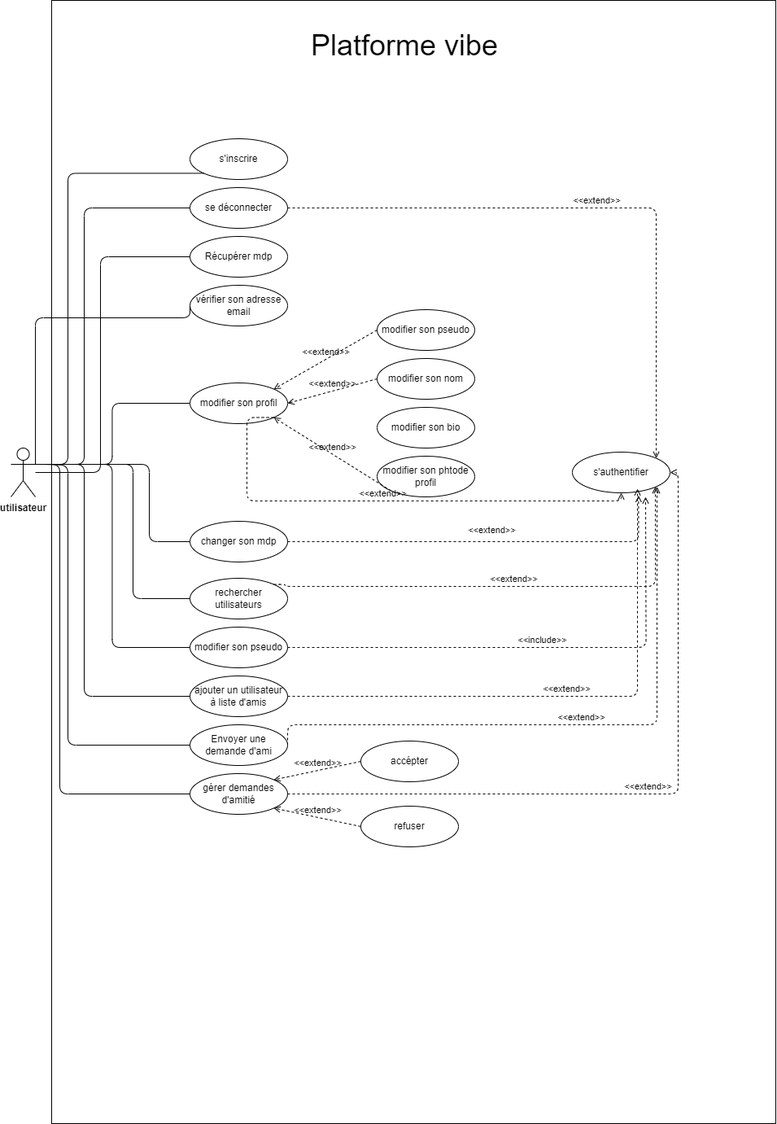
Above: vibes/diagrammes/usecase.drawio.png in HananeOubaha/Plateforme-Vibe (draw.io), before the change. Source tidied: cells renumbered, new cells last; positions are measured from the earlier drawing's top-left corner, leaving out a move shared by most shapes.
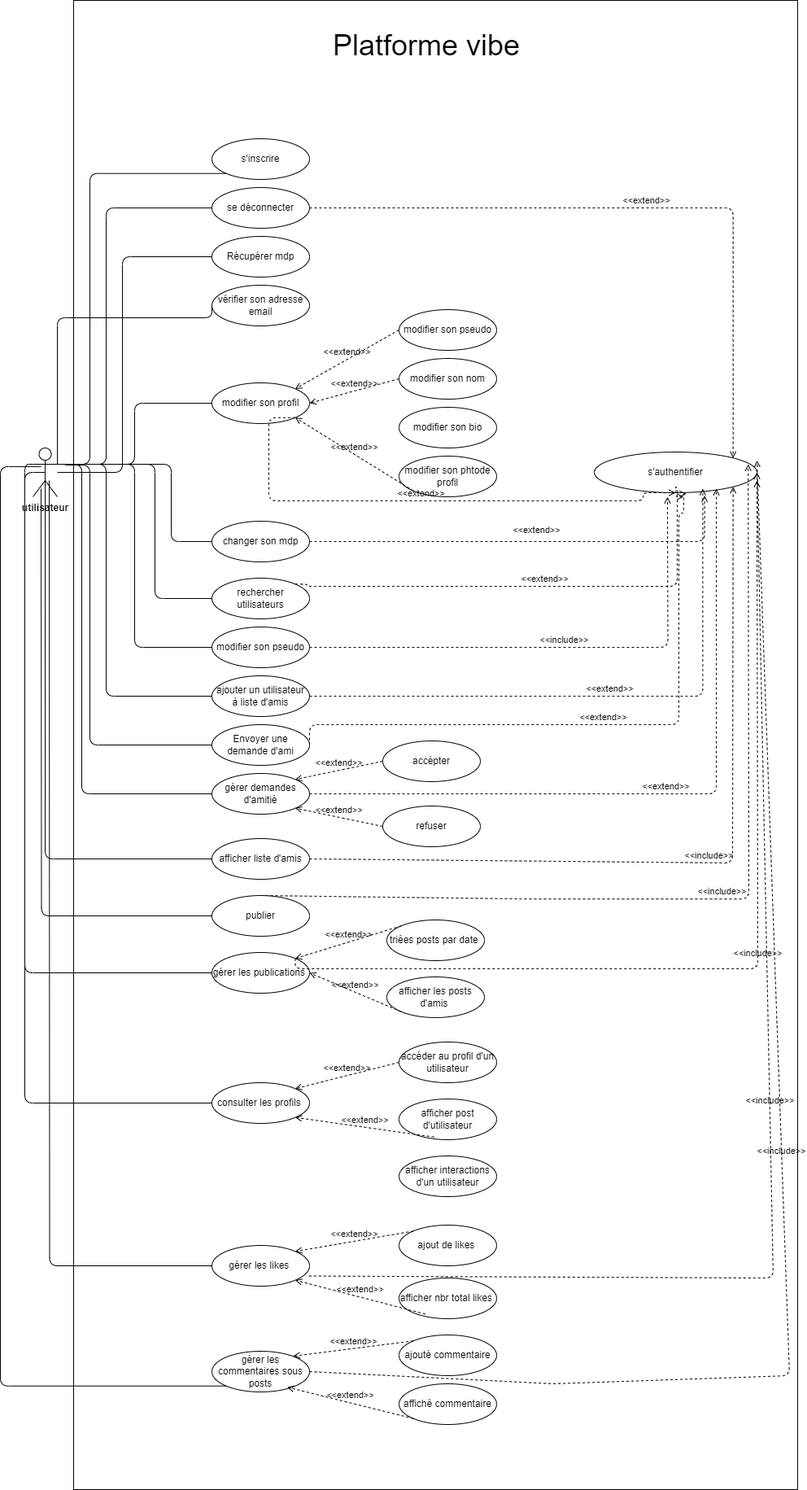
Later version of the same file.

Commit message:
j'ai ajouter nouveau table friendship a mon database avec le traitement d'ajout dune demande amitier

Change to the diagram source:
```diff
@@ -3,7 +3,7 @@
     <mxCell id="0" />
     <mxCell id="1" parent="0" />
     <mxCell id="2" style="rounded=0;whiteSpace=wrap;html=1;fontStyle=1;" parent="1" vertex="1">
-      <mxGeometry x="50" width="890" height="1380" as="geometry" />
+      <mxGeometry x="50" width="890" height="1830" as="geometry" />
     </mxCell>
     <mxCell id="3" value="utilisateur" style="shape=umlActor;verticalLabelPosition=bottom;verticalAlign=top;html=1;outlineConnect=0;fontStyle=1;" parent="1" vertex="1">
       <mxGeometry y="550" width="30" height="60" as="geometry" />
@@ -153,7 +153,7 @@
       <mxGeometry relative="1" as="geometry" />
     </mxCell>
     <mxCell id="38" value="s'authentifier" style="ellipse;whiteSpace=wrap;html=1;" parent="1" vertex="1">
-      <mxGeometry x="690" y="555" width="120" height="50" as="geometry" />
+      <mxGeometry x="690" y="555" width="200" height="50" as="geometry" />
     </mxCell>
     <mxCell id="39" value="&amp;lt;&amp;lt;extend&amp;gt;&amp;gt;" style="html=1;verticalAlign=bottom;labelBackgroundColor=none;endArrow=open;endFill=0;dashed=1;exitX=1;exitY=0.5;exitDx=0;exitDy=0;entryX=1;entryY=0;entryDx=0;entryDy=0;edgeStyle=orthogonalEdgeStyle;" parent="1" edge="1" source="6" target="38">
       <mxGeometry relative="1" as="geometry" />
@@ -172,12 +172,15 @@
         <mxPoint x="1" as="offset" />
       </mxGeometry>
     </mxCell>
-    <mxCell id="42" value="&amp;lt;&amp;lt;extend&amp;gt;&amp;gt;" style="html=1;verticalAlign=bottom;labelBackgroundColor=none;endArrow=open;endFill=0;dashed=1;exitX=1;exitY=0;exitDx=0;exitDy=0;entryX=1;entryY=1;entryDx=0;entryDy=0;edgeStyle=orthogonalEdgeStyle;" parent="1" edge="1" source="15" target="38">
+    <mxCell id="42" value="&amp;lt;&amp;lt;extend&amp;gt;&amp;gt;" style="html=1;verticalAlign=bottom;labelBackgroundColor=none;endArrow=open;endFill=0;dashed=1;exitX=1;exitY=0;exitDx=0;exitDy=0;edgeStyle=orthogonalEdgeStyle;" parent="1" edge="1" source="15">
       <mxGeometry relative="1" as="geometry">
+        <mxPoint x="800" y="610" as="targetPoint" />
         <Array as="points">
           <mxPoint x="337" y="717" />
           <mxPoint x="337" y="720" />
           <mxPoint x="792" y="720" />
+          <mxPoint x="792" y="598" />
+          <mxPoint x="790" y="598" />
         </Array>
       </mxGeometry>
     </mxCell>
@@ -189,16 +192,170 @@
     <mxCell id="44" value="&amp;lt;&amp;lt;extend&amp;gt;&amp;gt;" style="html=1;verticalAlign=bottom;labelBackgroundColor=none;endArrow=open;endFill=0;dashed=1;exitX=1;exitY=0.5;exitDx=0;exitDy=0;entryX=0.667;entryY=0.9;entryDx=0;entryDy=0;entryPerimeter=0;edgeStyle=orthogonalEdgeStyle;" parent="1" edge="1" source="17" target="38">
       <mxGeometry relative="1" as="geometry" />
     </mxCell>
-    <mxCell id="45" value="&amp;lt;&amp;lt;extend&amp;gt;&amp;gt;" style="html=1;verticalAlign=bottom;labelBackgroundColor=none;endArrow=open;endFill=0;dashed=1;exitX=1;exitY=0.5;exitDx=0;exitDy=0;entryX=1;entryY=1;entryDx=0;entryDy=0;edgeStyle=orthogonalEdgeStyle;" parent="1" edge="1" source="18" target="38">
+    <mxCell id="45" value="&amp;lt;&amp;lt;extend&amp;gt;&amp;gt;" style="html=1;verticalAlign=bottom;labelBackgroundColor=none;endArrow=open;endFill=0;dashed=1;exitX=1;exitY=0.5;exitDx=0;exitDy=0;entryX=0.565;entryY=1.028;entryDx=0;entryDy=0;edgeStyle=orthogonalEdgeStyle;entryPerimeter=0;" parent="1" edge="1" source="18" target="38">
       <mxGeometry relative="1" as="geometry">
         <Array as="points">
           <mxPoint x="340" y="890" />
           <mxPoint x="794" y="890" />
+          <mxPoint x="794" y="630" />
+          <mxPoint x="800" y="630" />
+          <mxPoint x="800" y="606" />
         </Array>
       </mxGeometry>
     </mxCell>
-    <mxCell id="46" value="&amp;lt;&amp;lt;extend&amp;gt;&amp;gt;" style="html=1;verticalAlign=bottom;labelBackgroundColor=none;endArrow=open;endFill=0;dashed=1;exitX=1;exitY=0.5;exitDx=0;exitDy=0;entryX=1;entryY=0.5;entryDx=0;entryDy=0;edgeStyle=orthogonalEdgeStyle;" parent="1" edge="1" source="19" target="38">
-      <mxGeometry relative="1" as="geometry" />
+    <mxCell id="46" value="&amp;lt;&amp;lt;extend&amp;gt;&amp;gt;" style="html=1;verticalAlign=bottom;labelBackgroundColor=none;endArrow=open;endFill=0;dashed=1;exitX=1;exitY=0.5;exitDx=0;exitDy=0;edgeStyle=orthogonalEdgeStyle;" parent="1" edge="1" source="19">
+      <mxGeometry relative="1" as="geometry">
+        <mxPoint x="840" y="600" as="targetPoint" />
+        <Array as="points">
+          <mxPoint x="840" y="975" />
+        </Array>
+      </mxGeometry>
     </mxCell>
+    <mxCell id="47" value="afficher liste d'amis" style="ellipse;whiteSpace=wrap;html=1;" parent="1" vertex="1">
+      <mxGeometry x="220" y="1030" width="120" height="50" as="geometry" />
+    </mxCell>
+    <mxCell id="48" value="publier" style="ellipse;whiteSpace=wrap;html=1;" parent="1" vertex="1">
+      <mxGeometry x="220" y="1100" width="120" height="50" as="geometry" />
+    </mxCell>
+    <mxCell id="49" value="gérer les publications&amp;nbsp;" style="ellipse;whiteSpace=wrap;html=1;" parent="1" vertex="1">
+      <mxGeometry x="220" y="1170" width="120" height="50" as="geometry" />
+    </mxCell>
+    <mxCell id="50" value="triées posts par date&amp;nbsp;" style="ellipse;whiteSpace=wrap;html=1;" parent="1" vertex="1">
+      <mxGeometry x="435" y="1130" width="120" height="50" as="geometry" />
+    </mxCell>
+    <mxCell id="51" value="afficher les posts d'amis&amp;nbsp;" style="ellipse;whiteSpace=wrap;html=1;" parent="1" vertex="1">
+      <mxGeometry x="435" y="1200" width="120" height="50" as="geometry" />
+    </mxCell>
+    <mxCell id="52" value="consulter les profils&amp;nbsp;" style="ellipse;whiteSpace=wrap;html=1;" parent="1" vertex="1">
+      <mxGeometry x="220" y="1330" width="120" height="50" as="geometry" />
+    </mxCell>
+    <mxCell id="53" value="accéder au profil d'un utilisateur" style="ellipse;whiteSpace=wrap;html=1;" parent="1" vertex="1">
+      <mxGeometry x="450" y="1280" width="120" height="50" as="geometry" />
+    </mxCell>
+    <mxCell id="54" value="afficher post d'utilisateur" style="ellipse;whiteSpace=wrap;html=1;" parent="1" vertex="1">
+      <mxGeometry x="450" y="1350" width="120" height="50" as="geometry" />
+    </mxCell>
+    <mxCell id="55" value="afficher interactions d'un utilisateur" style="ellipse;whiteSpace=wrap;html=1;" parent="1" vertex="1">
+      <mxGeometry x="450" y="1420" width="120" height="50" as="geometry" />
+    </mxCell>
+    <mxCell id="56" value="gérer les likes&amp;nbsp;&lt;span style=&quot;font-family: monospace; font-size: 0px; text-align: start; text-wrap: nowrap;&quot;&gt;%3CmxGraphModel%3E%3Croot%3E%3CmxCell%20id%3D%220%22%2F%3E%3CmxCell%20id%3D%221%22%20parent%3D%220%22%2F%3E%3CmxCell%20id%3D%222%22%20value%3D%22g%C3%A9rer%20les%20publications%26amp%3Bnbsp%3B%22%20style%3D%22ellipse%3BwhiteSpace%3Dwrap%3Bhtml%3D1%3B%22%20vertex%3D%221%22%20parent%3D%221%22%3E%3CmxGeometry%20x%3D%22270%22%20y%3D%221290%22%20width%3D%22120%22%20height%3D%2250%22%20as%3D%22geometry%22%2F%3E%3C%2FmxCell%3E%3C%2Froot%3E%3C%2FmxGraphModel%3E&lt;/span&gt;" style="ellipse;whiteSpace=wrap;html=1;" parent="1" vertex="1">
+      <mxGeometry x="220" y="1530" width="120" height="50" as="geometry" />
+    </mxCell>
+    <mxCell id="57" value="ajout de likes&amp;nbsp;" style="ellipse;whiteSpace=wrap;html=1;" parent="1" vertex="1">
+      <mxGeometry x="450" y="1505" width="120" height="50" as="geometry" />
+    </mxCell>
+    <mxCell id="58" value="afficher nbr total likes&amp;nbsp;" style="ellipse;whiteSpace=wrap;html=1;" parent="1" vertex="1">
+      <mxGeometry x="450" y="1570" width="120" height="50" as="geometry" />
+    </mxCell>
+    <mxCell id="59" value="gérer les commentaires sous posts" style="ellipse;whiteSpace=wrap;html=1;" parent="1" vertex="1">
+      <mxGeometry x="220" y="1660" width="120" height="50" as="geometry" />
+    </mxCell>
+    <mxCell id="60" value="ajouté commentaire" style="ellipse;whiteSpace=wrap;html=1;" parent="1" vertex="1">
+      <mxGeometry x="450" y="1640" width="120" height="50" as="geometry" />
+    </mxCell>
+    <mxCell id="61" value="affiché commentaire" style="ellipse;whiteSpace=wrap;html=1;" parent="1" vertex="1">
+      <mxGeometry x="450" y="1700" width="120" height="50" as="geometry" />
+    </mxCell>
+    <mxCell id="62" value="&amp;lt;&amp;lt;extend&amp;gt;&amp;gt;" style="html=1;verticalAlign=bottom;labelBackgroundColor=none;endArrow=open;endFill=0;dashed=1;entryX=1;entryY=0;entryDx=0;entryDy=0;exitX=0;exitY=0;exitDx=0;exitDy=0;" parent="1" edge="1" source="50" target="49">
+      <mxGeometry relative="1" as="geometry" />
+    </mxCell>
+    <mxCell id="63" value="&amp;lt;&amp;lt;extend&amp;gt;&amp;gt;" style="html=1;verticalAlign=bottom;labelBackgroundColor=none;endArrow=open;endFill=0;dashed=1;entryX=1;entryY=0.5;entryDx=0;entryDy=0;exitX=0;exitY=1;exitDx=0;exitDy=0;" parent="1" edge="1" source="51" target="49">
+      <mxGeometry relative="1" as="geometry" />
+    </mxCell>
+    <mxCell id="64" value="&amp;lt;&amp;lt;extend&amp;gt;&amp;gt;" style="html=1;verticalAlign=bottom;labelBackgroundColor=none;endArrow=open;endFill=0;dashed=1;entryX=1;entryY=0;entryDx=0;entryDy=0;exitX=0;exitY=0.5;exitDx=0;exitDy=0;" parent="1" edge="1" source="53" target="52">
+      <mxGeometry relative="1" as="geometry" />
+    </mxCell>
+    <mxCell id="65" value="&amp;lt;&amp;lt;extend&amp;gt;&amp;gt;" style="html=1;verticalAlign=bottom;labelBackgroundColor=none;endArrow=open;endFill=0;dashed=1;entryX=1;entryY=1;entryDx=0;entryDy=0;exitX=0.36;exitY=0.935;exitDx=0;exitDy=0;exitPerimeter=0;" parent="1" edge="1" source="54" target="52">
+      <mxGeometry relative="1" as="geometry" />
+    </mxCell>
+    <mxCell id="66" value="&amp;lt;&amp;lt;extend&amp;gt;&amp;gt;" style="html=1;verticalAlign=bottom;labelBackgroundColor=none;endArrow=open;endFill=0;dashed=1;entryX=1;entryY=0;entryDx=0;entryDy=0;exitX=0;exitY=0;exitDx=0;exitDy=0;" parent="1" edge="1" source="57" target="56">
+      <mxGeometry relative="1" as="geometry" />
+    </mxCell>
+    <mxCell id="67" value="&amp;lt;&amp;lt;extend&amp;gt;&amp;gt;" style="html=1;verticalAlign=bottom;labelBackgroundColor=none;endArrow=open;endFill=0;dashed=1;entryX=1;entryY=1;entryDx=0;entryDy=0;exitX=0.269;exitY=0.886;exitDx=0;exitDy=0;exitPerimeter=0;" parent="1" edge="1" source="58" target="56">
+      <mxGeometry relative="1" as="geometry" />
+    </mxCell>
+    <mxCell id="68" value="&amp;lt;&amp;lt;extend&amp;gt;&amp;gt;" style="html=1;verticalAlign=bottom;labelBackgroundColor=none;endArrow=open;endFill=0;dashed=1;exitX=0;exitY=0;exitDx=0;exitDy=0;" parent="1" edge="1" source="60">
+      <mxGeometry relative="1" as="geometry">
+        <mxPoint x="320" y="1666" as="targetPoint" />
+      </mxGeometry>
+    </mxCell>
+    <mxCell id="69" value="&amp;lt;&amp;lt;extend&amp;gt;&amp;gt;" style="html=1;verticalAlign=bottom;labelBackgroundColor=none;endArrow=open;endFill=0;dashed=1;entryX=0.771;entryY=0.883;entryDx=0;entryDy=0;exitX=0;exitY=1;exitDx=0;exitDy=0;entryPerimeter=0;" parent="1" edge="1" source="61" target="59">
+      <mxGeometry relative="1" as="geometry" />
+    </mxCell>
+    <mxCell id="70" value="&amp;lt;&amp;lt;include&amp;gt;&amp;gt;" style="html=1;verticalAlign=bottom;labelBackgroundColor=none;endArrow=open;endFill=0;dashed=1;exitX=1;exitY=0.5;exitDx=0;exitDy=0;entryX=1;entryY=1;entryDx=0;entryDy=0;" parent="1" edge="1" source="47" target="38">
+      <mxGeometry relative="1" as="geometry">
+        <Array as="points">
+          <mxPoint x="860" y="1060" />
+        </Array>
+      </mxGeometry>
+    </mxCell>
+    <mxCell id="71" value="&amp;lt;&amp;lt;include&amp;gt;&amp;gt;" style="html=1;verticalAlign=bottom;labelBackgroundColor=none;endArrow=open;endFill=0;dashed=1;exitX=0.5;exitY=0;exitDx=0;exitDy=0;entryX=0.946;entryY=0.715;entryDx=0;entryDy=0;entryPerimeter=0;" parent="1" edge="1" source="48">
+      <mxGeometry relative="1" as="geometry">
+        <mxPoint x="879.2" y="570" as="targetPoint" />
+        <Array as="points">
+          <mxPoint x="610" y="1104.2" />
+          <mxPoint x="880" y="1104.2" />
+        </Array>
+      </mxGeometry>
+    </mxCell>
+    <mxCell id="72" value="&amp;lt;&amp;lt;include&amp;gt;&amp;gt;" style="html=1;verticalAlign=bottom;labelBackgroundColor=none;endArrow=open;endFill=0;dashed=1;exitX=1;exitY=0;exitDx=0;exitDy=0;edgeStyle=orthogonalEdgeStyle;" parent="1" edge="1" source="49">
+      <mxGeometry relative="1" as="geometry">
+        <mxPoint x="890" y="590" as="targetPoint" />
+        <Array as="points">
+          <mxPoint x="323" y="1190" />
+          <mxPoint x="891" y="1190" />
+          <mxPoint x="891" y="590" />
+        </Array>
+      </mxGeometry>
+    </mxCell>
+    <mxCell id="73" value="&amp;lt;&amp;lt;include&amp;gt;&amp;gt;" style="html=1;verticalAlign=bottom;labelBackgroundColor=none;endArrow=open;endFill=0;dashed=1;exitX=0.994;exitY=0.751;exitDx=0;exitDy=0;entryX=1;entryY=0.5;entryDx=0;entryDy=0;exitPerimeter=0;" parent="1" edge="1" source="56" target="38">
+      <mxGeometry relative="1" as="geometry">
+        <Array as="points">
+          <mxPoint x="910" y="1570" />
+        </Array>
+      </mxGeometry>
+    </mxCell>
+    <mxCell id="74" value="&amp;lt;&amp;lt;include&amp;gt;&amp;gt;" style="html=1;verticalAlign=bottom;labelBackgroundColor=none;endArrow=open;endFill=0;dashed=1;exitX=1;exitY=0.5;exitDx=0;exitDy=0;" parent="1" edge="1" source="59">
+      <mxGeometry relative="1" as="geometry">
+        <mxPoint x="890" y="565.4" as="targetPoint" />
+        <Array as="points">
+          <mxPoint x="640" y="1700" />
+          <mxPoint x="930" y="1690" />
+        </Array>
+      </mxGeometry>
+    </mxCell>
+    <mxCell id="75" style="endArrow=none;html=1;entryX=0.5;entryY=0.5;entryDx=0;entryDy=0;entryPerimeter=0;exitX=0;exitY=0.5;exitDx=0;exitDy=0;edgeStyle=orthogonalEdgeStyle;" parent="1" edge="1" source="47" target="3">
+      <mxGeometry relative="1" as="geometry" />
+    </mxCell>
+    <mxCell id="76" style="endArrow=none;html=1;exitX=0;exitY=0.5;exitDx=0;exitDy=0;edgeStyle=orthogonalEdgeStyle;" parent="1" edge="1" source="48">
+      <mxGeometry relative="1" as="geometry">
+        <mxPoint x="10" y="600" as="targetPoint" />
+      </mxGeometry>
+    </mxCell>
+    <mxCell id="77" style="endArrow=none;html=1;entryX=0.5;entryY=0.5;entryDx=0;entryDy=0;entryPerimeter=0;exitX=0;exitY=0.5;exitDx=0;exitDy=0;edgeStyle=orthogonalEdgeStyle;" parent="1" edge="1" source="49" target="3">
+      <mxGeometry relative="1" as="geometry">
+        <Array as="points">
+          <mxPoint x="-10" y="1195" />
+          <mxPoint x="-10" y="580" />
+        </Array>
+      </mxGeometry>
+    </mxCell>
+    <mxCell id="78" style="endArrow=none;html=1;entryX=0;entryY=0.3333333333333333;entryDx=0;entryDy=0;entryPerimeter=0;exitX=0;exitY=0.5;exitDx=0;exitDy=0;edgeStyle=orthogonalEdgeStyle;" parent="1" edge="1" source="52" target="3">
+      <mxGeometry relative="1" as="geometry" />
+    </mxCell>
+    <mxCell id="79" style="endArrow=none;html=1;exitX=0;exitY=0.5;exitDx=0;exitDy=0;edgeStyle=orthogonalEdgeStyle;" parent="1" edge="1" source="56">
+      <mxGeometry relative="1" as="geometry">
+        <mxPoint x="20" y="590" as="targetPoint" />
+      </mxGeometry>
+    </mxCell>
+    <mxCell id="80" style="endArrow=none;html=1;entryX=0;entryY=1;entryDx=0;entryDy=0;edgeStyle=orthogonalEdgeStyle;" parent="1" edge="1" target="59">
+      <mxGeometry relative="1" as="geometry">
+        <mxPoint x="10" y="572.9" as="sourcePoint" />
+        <Array as="points">
+          <mxPoint x="-40" y="573" />
+          <mxPoint x="-40" y="1703" />
+        </Array>
+      </mxGeometry>
+    </mxCell>
   </root>
 </mxGraphModel>
```
